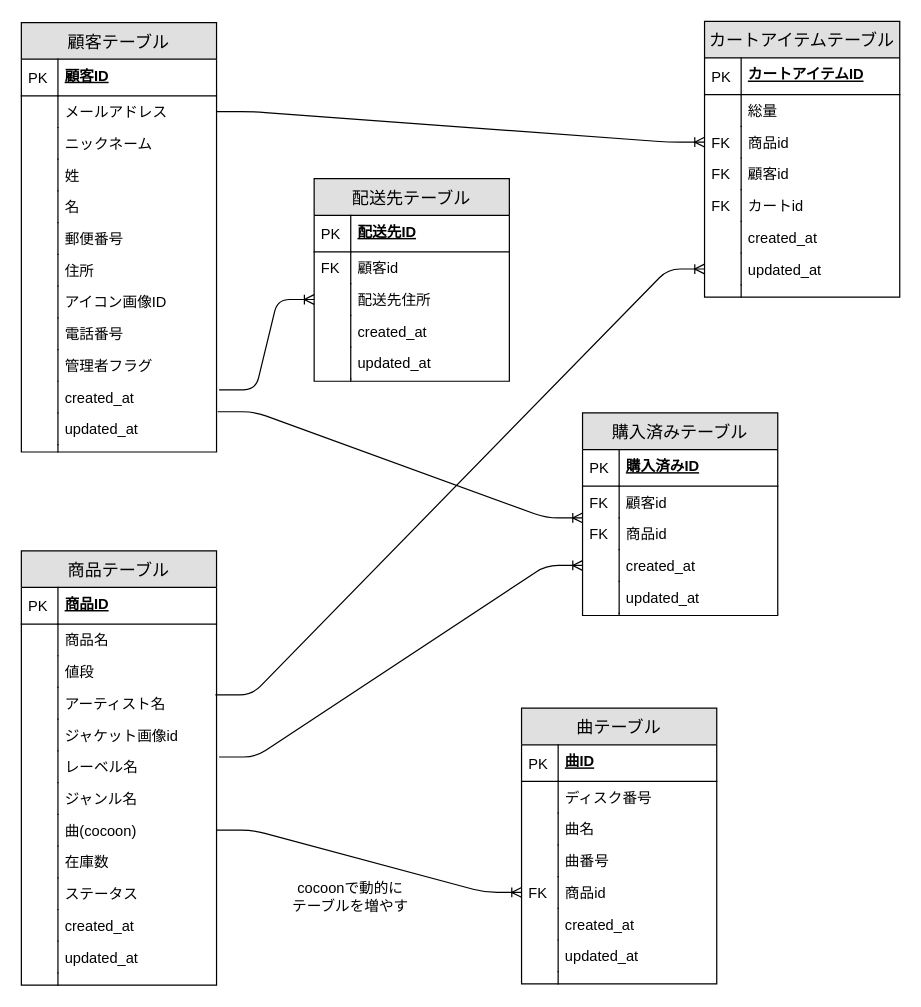
The draw.io diagram Design/ER図.drawio in saezurucrow/ec-site, before the edit. Source tidied: cells renumbered, new cells numbered last; positions are measured from the earlier drawing's top-left corner, leaving out a move shared by most shapes. Both pictures are drawn from the tidied source at 122%, with x=0, y=0 at pixel (21, 21).
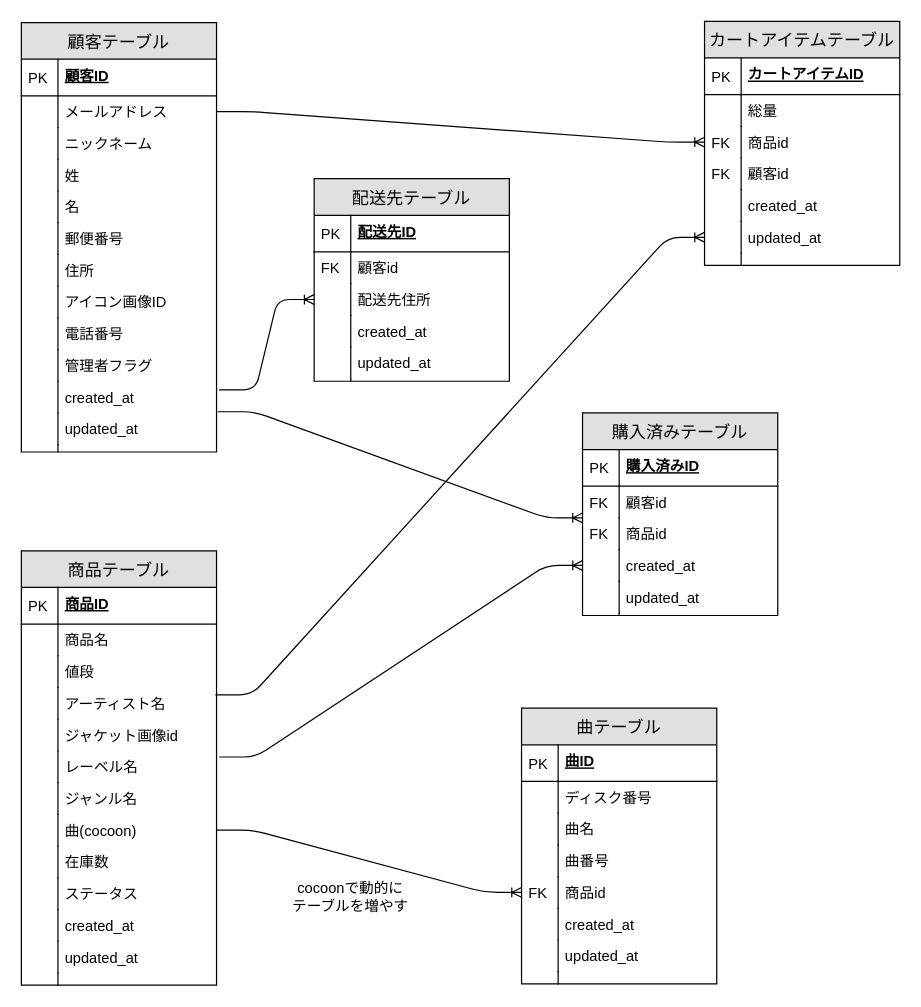
Above is the later version.

Commit message:
delete cart table FK

Change to the diagram source:
```diff
@@
     <mxCell id="73" value="カートアイテムテーブル" style="swimlane;fontStyle=0;horizontal=1;startSize=30;fillColor=#e0e0e0;swimlaneFillColor=#ffffff;align=center;fontSize=14;" parent="1" vertex="1">
-      <mxGeometry x="560" width="160" height="226" as="geometry" />
+      <mxGeometry x="560" width="160" height="200" as="geometry" />
     </mxCell>
@@
-    <mxCell id="82" value="カートid" style="shape=partialRectangle;top=0;left=0;right=0;bottom=0;align=left;verticalAlign=top;fillColor=none;spacingLeft=34;spacingRight=4;overflow=hidden;fontSize=12;" parent="73" vertex="1">
-      <mxGeometry y="138" width="160" height="26" as="geometry" />
-    </mxCell>
-    <mxCell id="83" value="FK" style="shape=partialRectangle;top=0;left=0;bottom=0;fillColor=none;align=left;verticalAlign=top;spacingLeft=4;spacingRight=4;overflow=hidden;fontSize=12;" parent="82" vertex="1">
-      <mxGeometry width="30" height="26" as="geometry" />
-    </mxCell>
     <mxCell id="84" value="created_at" style="shape=partialRectangle;top=0;left=0;right=0;bottom=0;align=left;verticalAlign=top;fillColor=none;spacingLeft=34;spacingRight=4;overflow=hidden;fontSize=12;" parent="73" vertex="1">
-      <mxGeometry y="164" width="160" height="26" as="geometry" />
+      <mxGeometry y="138" width="160" height="26" as="geometry" />
     </mxCell>
@@
     <mxCell id="86" value="updated_at" style="shape=partialRectangle;top=0;left=0;right=0;bottom=0;align=left;verticalAlign=top;fillColor=none;spacingLeft=34;spacingRight=4;overflow=hidden;points=[[0,0.5],[1,0.5]];portConstraint=eastwest;fontSize=12;" parent="73" vertex="1">
-      <mxGeometry y="190" width="160" height="26" as="geometry" />
+      <mxGeometry y="164" width="160" height="26" as="geometry" />
     </mxCell>
@@
     <mxCell id="88" style="shape=partialRectangle;top=0;left=0;right=0;bottom=0;align=left;verticalAlign=top;fillColor=none;spacingLeft=34;spacingRight=4;overflow=hidden;fontSize=12;" parent="73" vertex="1">
-      <mxGeometry y="216" width="160" height="10" as="geometry" />
+      <mxGeometry y="190" width="160" height="10" as="geometry" />
     </mxCell>
```
